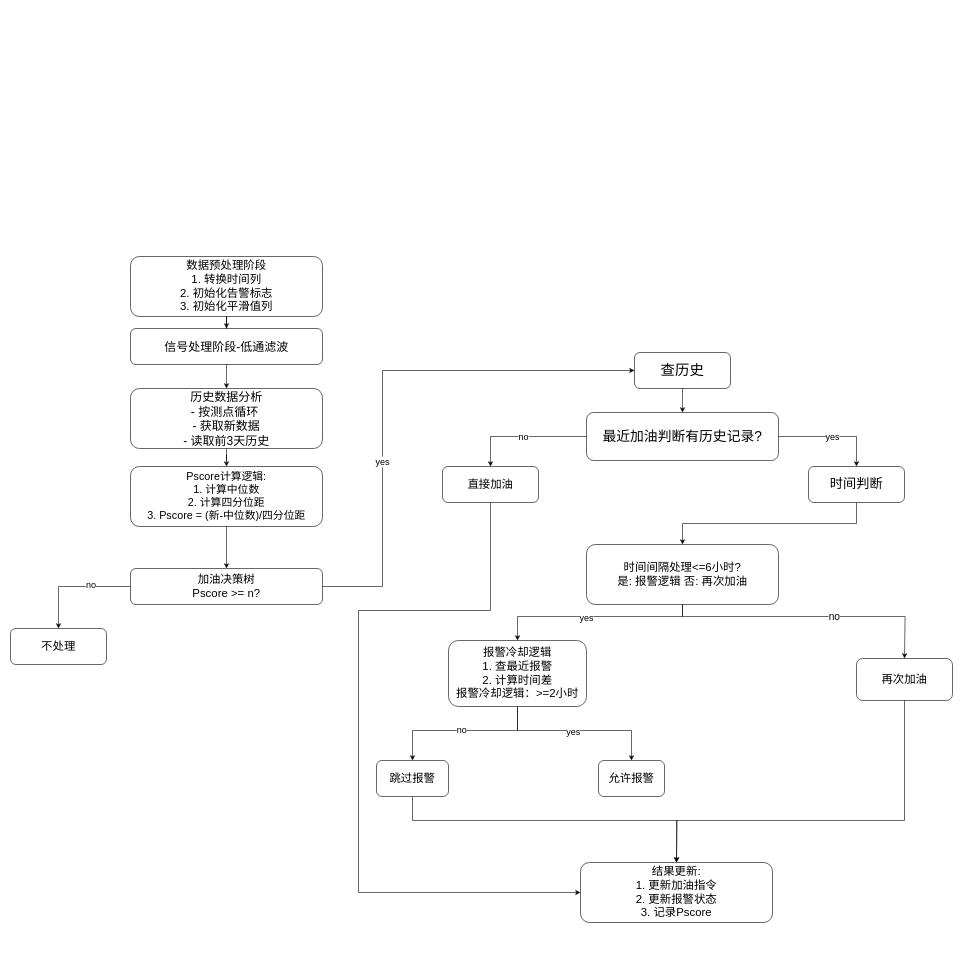
The draw.io diagram pscore_fuel_decision1.drawio in 729973389/picture, before the edit. Source tidied: cells renumbered, new cells numbered last; positions are measured from the earlier drawing's top-left corner, leaving out a move shared by most shapes. Both pictures are drawn from the tidied source at 60%, with x=0, y=0 at pixel (10, 256).
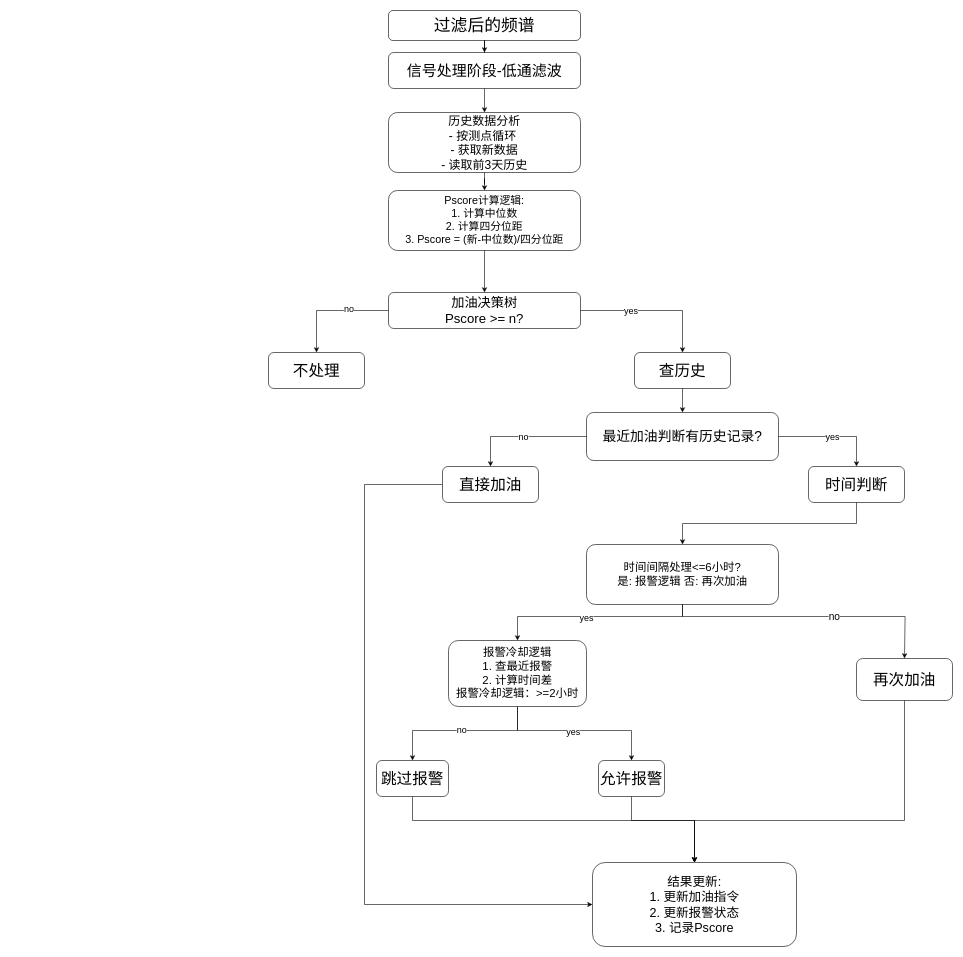
Above is the later version.

Unchanged cells that the change refers to:
```xml
<mxCell id="15" value="时间间隔处理&amp;lt;=6小时?&lt;div&gt;是: 报警逻辑   否: 再次加油&lt;/div&gt;" style="rounded=1;whiteSpace=wrap;html=1;strokeColor=#000000;fillColor=#FFFFFF;fontSize=19;arcSize=15;" parent="1" vertex="1">
  <mxGeometry x="960" y="480" width="320" height="100" as="geometry" />
</mxCell>
<mxCell id="20" value="报警冷却逻辑&lt;div&gt;1. 查最近报警&lt;/div&gt;&lt;div&gt;2. 计算时间差&lt;/div&gt;&lt;div&gt;报警冷却逻辑：&lt;span style=&quot;background-color: transparent; color: light-dark(rgb(0, 0, 0), rgb(255, 255, 255));&quot;&gt;&amp;gt;=2小时&lt;/span&gt;&lt;/div&gt;" style="rounded=1;whiteSpace=wrap;html=1;strokeColor=#000000;fillColor=#FFFFFF;fontSize=19;arcSize=15;" parent="1" vertex="1">
  <mxGeometry x="730" y="640" width="230" height="110" as="geometry" />
</mxCell>
```

Diff of the diagram source:
```diff
@@
-    <mxCell id="2" value="数据预处理阶段&lt;div&gt;1. 转换时间列&lt;/div&gt;&lt;div&gt;2. 初始化告警标志&lt;/div&gt;&lt;div&gt;3. 初始化平滑值列&lt;/div&gt;" style="rounded=1;whiteSpace=wrap;html=1;strokeColor=#000000;fillColor=#FFFFFF;fontSize=19;arcSize=15;" parent="1" vertex="1">
-      <mxGeometry x="200" width="320" height="100" as="geometry" />
+    <mxCell id="2" value="过滤后的频谱" style="rounded=1;whiteSpace=wrap;html=1;strokeColor=#000000;fillColor=#FFFFFF;fontSize=28;arcSize=15;" parent="1" vertex="1">
+      <mxGeometry x="630" y="-410" width="320" height="50" as="geometry" />
     </mxCell>
-    <mxCell id="3" value="信号处理阶段-低通滤波" style="rounded=1;whiteSpace=wrap;html=1;strokeColor=#000000;fillColor=#FFFFFF;fontSize=20;arcSize=15;" parent="1" vertex="1">
-      <mxGeometry x="200" y="120" width="320" height="60" as="geometry" />
+    <mxCell id="3" value="信号处理阶段-低通滤波" style="rounded=1;whiteSpace=wrap;html=1;strokeColor=#000000;fillColor=#FFFFFF;fontSize=25;arcSize=15;" parent="1" vertex="1">
+      <mxGeometry x="630" y="-340" width="320" height="60" as="geometry" />
     </mxCell>
     <mxCell id="4" value="历史数据分析&lt;div&gt;- 按测点循环&amp;nbsp;&lt;/div&gt;&lt;div&gt;- 获取新数据&lt;/div&gt;&lt;div&gt;- 读取前3天历史&lt;/div&gt;" style="rounded=1;whiteSpace=wrap;html=1;strokeColor=#000000;fillColor=#FFFFFF;fontSize=20;arcSize=15;" parent="1" vertex="1">
-      <mxGeometry x="200" y="220" width="320" height="100" as="geometry" />
+      <mxGeometry x="630" y="-240" width="320" height="100" as="geometry" />
     </mxCell>
     <mxCell id="5" value="Pscore计算逻辑:&lt;div&gt;1. 计算中位数&lt;/div&gt;&lt;div&gt;2. 计算四分位距&lt;/div&gt;&lt;div&gt;3. Pscore = (新-中位数)/四分位距&lt;/div&gt;" style="rounded=1;whiteSpace=wrap;html=1;strokeColor=#000000;fillColor=#FFFFFF;fontSize=18;arcSize=15;" parent="1" vertex="1">
-      <mxGeometry x="200" y="350" width="320" height="100" as="geometry" />
+      <mxGeometry x="630" y="-110" width="320" height="100" as="geometry" />
     </mxCell>
-    <mxCell id="6" value="加油决策树&lt;div&gt;Pscore &amp;gt;= n?&lt;/div&gt;" style="rounded=1;whiteSpace=wrap;html=1;strokeColor=#000000;fillColor=#FFFFFF;fontSize=19;arcSize=15;" parent="1" vertex="1">
-      <mxGeometry x="200" y="520" width="320" height="60" as="geometry" />
+    <mxCell id="6" value="加油决策树&lt;div&gt;Pscore &amp;gt;= n?&lt;/div&gt;" style="rounded=1;whiteSpace=wrap;html=1;strokeColor=#000000;fillColor=#FFFFFF;fontSize=22;arcSize=15;" parent="1" vertex="1">
+      <mxGeometry x="630" y="60" width="320" height="60" as="geometry" />
     </mxCell>
-    <mxCell id="7" value="不处理" style="rounded=1;whiteSpace=wrap;html=1;strokeColor=#000000;fillColor=#FFFFFF;fontSize=19;arcSize=15;" parent="1" vertex="1">
-      <mxGeometry y="620" width="160" height="60" as="geometry" />
+    <mxCell id="7" value="不处理" style="rounded=1;whiteSpace=wrap;html=1;strokeColor=#000000;fillColor=#FFFFFF;fontSize=26;arcSize=15;" parent="1" vertex="1">
+      <mxGeometry x="430" y="160" width="160" height="60" as="geometry" />
     </mxCell>
-    <mxCell id="8" value="查历史" style="rounded=1;whiteSpace=wrap;html=1;strokeColor=#000000;fillColor=#FFFFFF;fontSize=24;arcSize=15;" parent="1" vertex="1">
+    <mxCell id="8" value="查历史" style="rounded=1;whiteSpace=wrap;html=1;strokeColor=#000000;fillColor=#FFFFFF;fontSize=26;arcSize=15;" parent="1" vertex="1">
       <mxGeometry x="1040" y="160" width="160" height="60" as="geometry" />
     </mxCell>
@@
-    <mxCell id="10" style="edgeStyle=orthogonalEdgeStyle;rounded=0;jettySize=auto;html=1;entryX=0;entryY=0.5;entryDx=0;entryDy=0;arcSize=15;" parent="1" edge="1" source="11" target="21">
+    <mxCell id="10" style="edgeStyle=orthogonalEdgeStyle;rounded=0;jettySize=auto;html=1;entryX=0;entryY=0.5;entryDx=0;entryDy=0;" parent="1" edge="1" source="11" target="21">
       <mxGeometry relative="1" as="geometry">
         <Array as="points">
-          <mxPoint x="800" y="590" />
-          <mxPoint x="580" y="590" />
-          <mxPoint x="580" y="1060" />
+          <mxPoint x="590" y="380" />
+          <mxPoint x="590" y="1080" />
         </Array>
       </mxGeometry>
     </mxCell>
-    <mxCell id="11" value="直接加油" style="rounded=1;whiteSpace=wrap;html=1;strokeColor=#000000;fillColor=#FFFFFF;fontSize=19;arcSize=15;" parent="1" vertex="1">
+    <mxCell id="11" value="直接加油" style="rounded=1;whiteSpace=wrap;html=1;strokeColor=#000000;fillColor=#FFFFFF;fontSize=26;arcSize=15;" parent="1" vertex="1">
       <mxGeometry x="720" y="350" width="160" height="60" as="geometry" />
     </mxCell>
-    <mxCell id="12" value="时间判断" style="rounded=1;whiteSpace=wrap;html=1;strokeColor=#000000;fillColor=#FFFFFF;fontSize=22;arcSize=15;" parent="1" vertex="1">
+    <mxCell id="12" value="时间判断" style="rounded=1;whiteSpace=wrap;html=1;strokeColor=#000000;fillColor=#FFFFFF;fontSize=26;arcSize=15;" parent="1" vertex="1">
       <mxGeometry x="1330" y="350" width="160" height="60" as="geometry" />
     </mxCell>
@@
-    <mxCell id="21" value="结果更新:&lt;div&gt;1. 更新加油指令&lt;div&gt;2. 更新报警状态&lt;/div&gt;&lt;div&gt;3. 记录Pscore&lt;/div&gt;&lt;/div&gt;" style="rounded=1;whiteSpace=wrap;html=1;strokeColor=#000000;fillColor=#FFFFFF;fontSize=19;arcSize=15;" parent="1" vertex="1">
-      <mxGeometry x="950" y="1010" width="320" height="100" as="geometry" />
+    <mxCell id="21" value="结果更新:&lt;div&gt;1. 更新加油指令&lt;div&gt;2. 更新报警状态&lt;/div&gt;&lt;div&gt;3. 记录Pscore&lt;/div&gt;&lt;/div&gt;" style="rounded=1;whiteSpace=wrap;html=1;strokeColor=#000000;fillColor=#FFFFFF;fontSize=21;arcSize=15;" parent="1" vertex="1">
+      <mxGeometry x="970" y="1010" width="340" height="140" as="geometry" />
     </mxCell>
@@
     <mxCell id="28" value="yes" style="edgeStyle=orthogonalEdgeStyle;rounded=0;jettySize=auto;html=1;exitX=1;exitY=0.5;exitDx=0;exitDy=0;fontSize=15;arcSize=15;" parent="1" edge="1" source="6" target="8">
       <mxGeometry x="-0.3" relative="1" as="geometry">
         <Array as="points">
-          <mxPoint x="620" y="550" />
-          <mxPoint x="620" y="190" />
+          <mxPoint x="1120" y="90" />
         </Array>
       </mxGeometry>
     </mxCell>
@@
-    <mxCell id="33" style="edgeStyle=orthogonalEdgeStyle;rounded=0;jettySize=auto;html=1;fontSize=15;arcSize=15;" parent="1" edge="1" source="15" target="20">
+    <mxCell id="33" style="edgeStyle=orthogonalEdgeStyle;rounded=0;jettySize=auto;html=1;fontSize=16;arcSize=15;" parent="1" edge="1" source="15" target="20">
       <mxGeometry relative="1" as="geometry">
         <Array as="points">
           <mxPoint x="1120" y="600" />
           <mxPoint x="845" y="600" />
         </Array>
       </mxGeometry>
     </mxCell>
@@
-    <mxCell id="35" style="edgeStyle=orthogonalEdgeStyle;rounded=0;jettySize=auto;html=1;entryX=0.5;entryY=0;entryDx=0;entryDy=0;arcSize=15;" parent="1" edge="1" source="36" target="21">
+    <mxCell id="35" style="edgeStyle=orthogonalEdgeStyle;rounded=0;jettySize=auto;html=1;entryX=0.5;entryY=0;entryDx=0;entryDy=0;" parent="1" edge="1" source="36" target="21">
       <mxGeometry relative="1" as="geometry">
         <Array as="points">
           <mxPoint x="1490" y="940" />
-          <mxPoint x="1110" y="940" />
+          <mxPoint x="1140" y="940" />
         </Array>
       </mxGeometry>
     </mxCell>
-    <mxCell id="36" value="再次加油" style="rounded=1;whiteSpace=wrap;html=1;strokeColor=#000000;fillColor=#FFFFFF;fontSize=19;arcSize=15;" parent="1" vertex="1">
+    <mxCell id="36" value="再次加油" style="rounded=1;whiteSpace=wrap;html=1;strokeColor=#000000;fillColor=#FFFFFF;fontSize=26;arcSize=15;" parent="1" vertex="1">
       <mxGeometry x="1410" y="670" width="160" height="70" as="geometry" />
     </mxCell>
-    <mxCell id="37" style="edgeStyle=orthogonalEdgeStyle;rounded=0;jettySize=auto;html=1;arcSize=15;" parent="1" edge="1" source="38">
-      <mxGeometry relative="1" as="geometry">
-        <mxPoint x="1110" y="1010" as="targetPoint" />
-        <Array as="points">
-          <mxPoint x="670" y="940" />
-          <mxPoint x="1111" y="940" />
-        </Array>
-      </mxGeometry>
-    </mxCell>
+    <mxCell id="40" style="edgeStyle=orthogonalEdgeStyle;rounded=0;jettySize=auto;html=1;entryX=0.5;entryY=0;entryDx=0;entryDy=0;" parent="1" edge="1" source="38" target="21">
+      <mxGeometry relative="1" as="geometry">
+        <Array as="points">
+          <mxPoint x="670" y="940" />
+          <mxPoint x="1140" y="940" />
+        </Array>
+      </mxGeometry>
+    </mxCell>
-    <mxCell id="38" value="跳过报警" style="rounded=1;whiteSpace=wrap;html=1;strokeColor=#000000;fillColor=#FFFFFF;fontSize=19;arcSize=15;" parent="1" vertex="1">
+    <mxCell id="38" value="跳过报警" style="rounded=1;whiteSpace=wrap;html=1;strokeColor=#000000;fillColor=#FFFFFF;fontSize=26;arcSize=15;" parent="1" vertex="1">
       <mxGeometry x="610" y="840" width="120" height="60" as="geometry" />
     </mxCell>
+    <mxCell id="41" style="edgeStyle=orthogonalEdgeStyle;rounded=0;jettySize=auto;html=1;entryX=0.5;entryY=0;entryDx=0;entryDy=0;" parent="1" edge="1" source="39" target="21">
+      <mxGeometry relative="1" as="geometry">
+        <Array as="points">
+          <mxPoint x="1035" y="940" />
+          <mxPoint x="1140" y="940" />
+        </Array>
+      </mxGeometry>
+    </mxCell>
-    <mxCell id="39" value="允许报警" style="rounded=1;whiteSpace=wrap;html=1;strokeColor=#000000;fillColor=#FFFFFF;fontSize=19;arcSize=15;" parent="1" vertex="1">
+    <mxCell id="39" value="允许报警" style="rounded=1;whiteSpace=wrap;html=1;strokeColor=#000000;fillColor=#FFFFFF;fontSize=26;arcSize=15;" parent="1" vertex="1">
       <mxGeometry x="980" y="840" width="110" height="60" as="geometry" />
     </mxCell>
```
